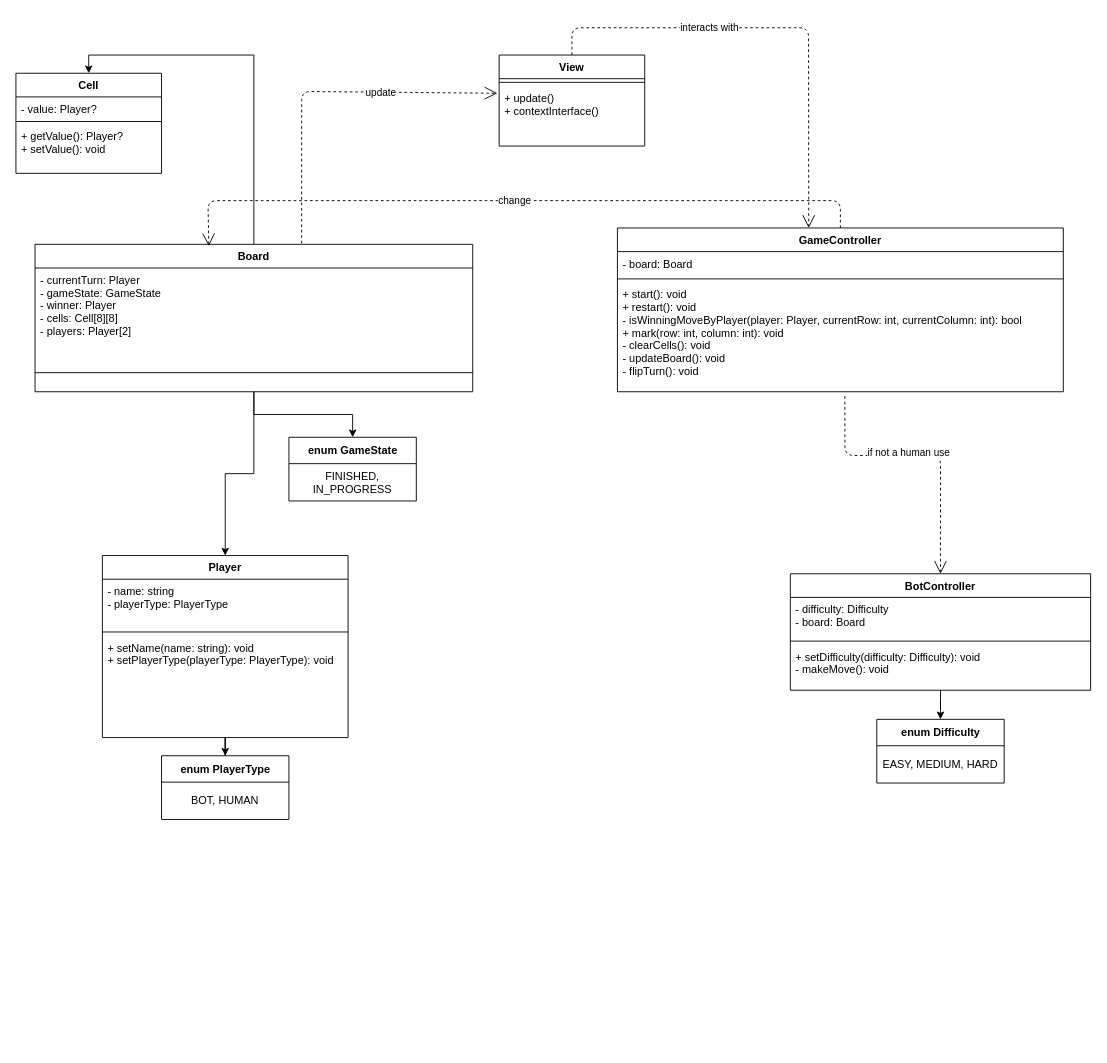
The draw.io diagram Untitled Diagram.drawio in skrinker/kotless, before the edit. Source tidied: cells renumbered, new cells numbered last; positions are measured from the earlier drawing's top-left corner, leaving out a move shared by most shapes. Both pictures are drawn from the tidied source at 91%, with x=0, y=0 at pixel (15, 27).
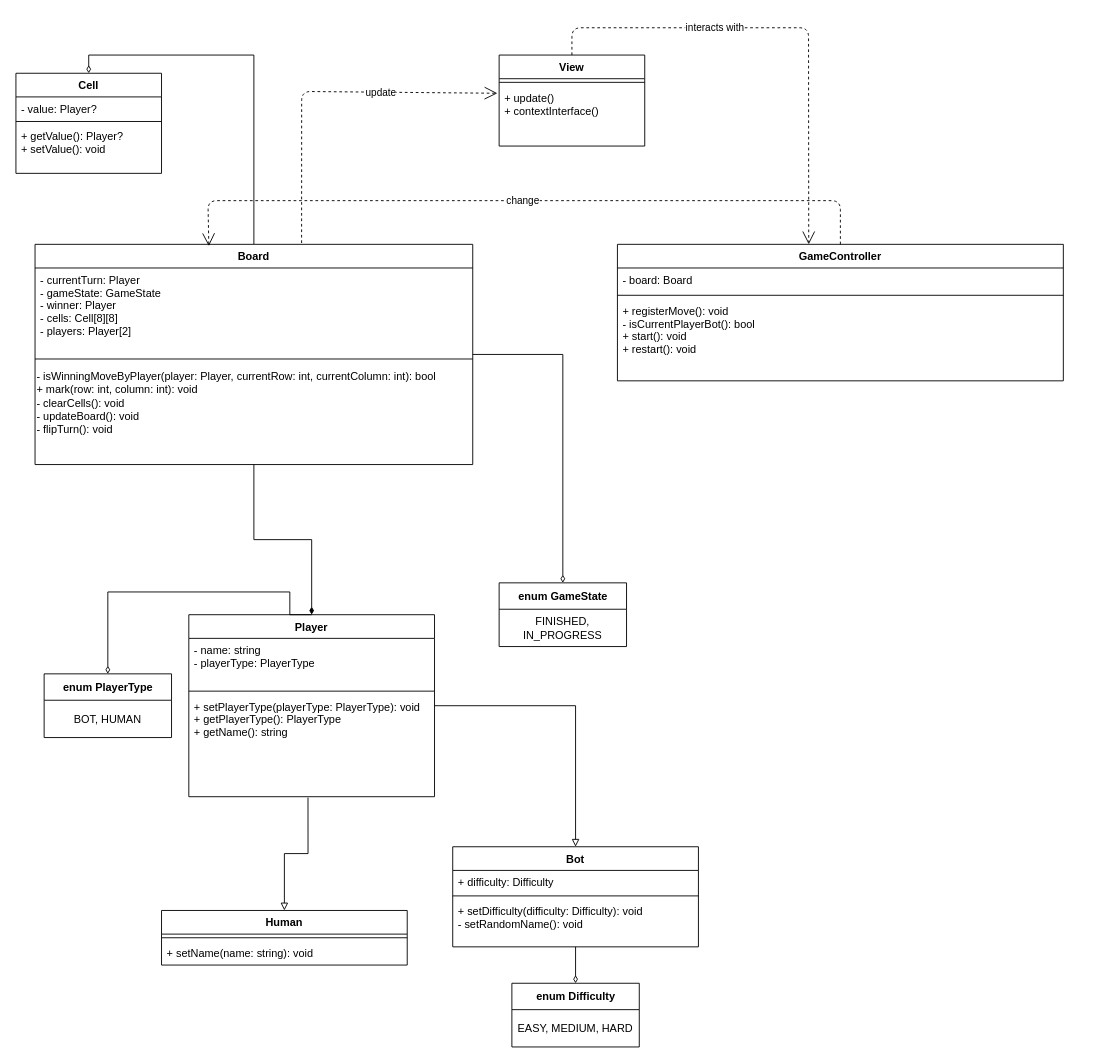
The same diagram, later.

Unchanged cells that the change refers to:
```xml
<mxCell id="16" value="Cell" style="swimlane;fontStyle=1;align=center;verticalAlign=top;horizontal=1;startSize=26;" parent="1" vertex="1">
  <mxGeometry y="50" width="160" height="110" as="geometry" />
</mxCell>
```

What changed in the source:
```diff
@@
-    <mxCell id="2" style="edgeStyle=orthogonalEdgeStyle;rounded=0;jettySize=auto;html=1;" parent="1" edge="1" source="3" target="28">
-      <mxGeometry relative="1" as="geometry" />
-    </mxCell>
+    <mxCell id="39" style="edgeStyle=orthogonalEdgeStyle;rounded=0;jettySize=auto;html=1;entryX=0.5;entryY=0;entryDx=0;entryDy=0;endArrow=block;endFill=0;" parent="1" edge="1" source="3" target="45">
+      <mxGeometry relative="1" as="geometry" />
+    </mxCell>
     <mxCell id="3" value="Player" style="swimlane;fontStyle=1;align=center;verticalAlign=top;horizontal=1;startSize=26;" parent="1" vertex="1">
-      <mxGeometry x="95" y="580" width="270" height="200" as="geometry" />
+      <mxGeometry x="190" y="645" width="270" height="200" as="geometry" />
     </mxCell>
@@
-    <mxCell id="6" value="+ setName(name: string): void&#10;+ setPlayerType(playerType: PlayerType): void" style="text;strokeColor=none;fillColor=none;align=left;verticalAlign=top;spacingLeft=4;spacingRight=4;overflow=hidden;points=[[0,0.5],[1,0.5]];portConstraint=eastwest;" parent="3" vertex="1">
+    <mxCell id="6" value="+ setPlayerType(playerType: PlayerType): void&#10;+ getPlayerType(): PlayerType&#10;+ getName(): string" style="text;strokeColor=none;fillColor=none;align=left;verticalAlign=top;spacingLeft=4;spacingRight=4;overflow=hidden;points=[[0,0.5],[1,0.5]];portConstraint=eastwest;" parent="3" vertex="1">
       <mxGeometry y="88" width="270" height="112" as="geometry" />
     </mxCell>
@@
-    <mxCell id="10" style="edgeStyle=orthogonalEdgeStyle;rounded=0;jettySize=auto;html=1;entryX=0.5;entryY=0;entryDx=0;entryDy=0;" parent="1" edge="1" source="13" target="16">
+    <mxCell id="10" style="edgeStyle=orthogonalEdgeStyle;rounded=0;jettySize=auto;html=1;entryX=0.5;entryY=0;entryDx=0;entryDy=0;endArrow=diamondThin;endFill=0;" parent="1" edge="1" source="13" target="16">
       <mxGeometry relative="1" as="geometry" />
     </mxCell>
-    <mxCell id="11" style="edgeStyle=orthogonalEdgeStyle;rounded=0;jettySize=auto;html=1;exitX=0.5;exitY=1;exitDx=0;exitDy=0;" parent="1" edge="1" source="13" target="3">
+    <mxCell id="11" style="edgeStyle=orthogonalEdgeStyle;rounded=0;jettySize=auto;html=1;entryX=0.5;entryY=0;entryDx=0;entryDy=0;endArrow=diamondThin;endFill=1;" parent="1" edge="1" source="13" target="3">
       <mxGeometry relative="1" as="geometry" />
     </mxCell>
-    <mxCell id="12" style="edgeStyle=orthogonalEdgeStyle;rounded=0;jettySize=auto;html=1;entryX=0.5;entryY=0;entryDx=0;entryDy=0;" parent="1" edge="1" source="13" target="20">
+    <mxCell id="12" style="edgeStyle=orthogonalEdgeStyle;rounded=0;jettySize=auto;html=1;entryX=0.5;entryY=0;entryDx=0;entryDy=0;endArrow=diamondThin;endFill=0;" parent="1" edge="1" source="13" target="20">
       <mxGeometry relative="1" as="geometry" />
     </mxCell>
+    <mxCell id="2" style="edgeStyle=orthogonalEdgeStyle;rounded=0;jettySize=auto;html=1;entryX=0.5;entryY=0;entryDx=0;entryDy=0;endArrow=diamondThin;endFill=0;exitX=0.5;exitY=0;exitDx=0;exitDy=0;" parent="1" edge="1" source="3" target="28">
+      <mxGeometry relative="1" as="geometry">
+        <Array as="points">
+          <mxPoint x="301" y="645" />
+          <mxPoint x="301" y="620" />
+          <mxPoint x="101" y="620" />
+        </Array>
+      </mxGeometry>
+    </mxCell>
     <mxCell id="13" value="Board" style="swimlane;fontStyle=1;align=center;verticalAlign=top;horizontal=1;startSize=26;" parent="1" vertex="1">
-      <mxGeometry x="21" y="238" width="481" height="162" as="geometry" />
+      <mxGeometry x="21" y="238" width="481" height="242" as="geometry" />
     </mxCell>
@@
     <mxCell id="15" style="line;strokeWidth=1;fillColor=none;align=left;verticalAlign=middle;spacingTop=-1;spacingLeft=3;spacingRight=3;labelPosition=right;" parent="13" vertex="1">
-      <mxGeometry y="120" width="481" height="42" as="geometry" />
+      <mxGeometry y="120" width="481" height="12" as="geometry" />
     </mxCell>
+    <mxCell id="40" value="- isWinningMoveByPlayer(player: Player, currentRow: int, currentColumn: int): bool&lt;br&gt;+ mark(row: int, column: int): void&lt;br&gt;- clearCells(): void&lt;br&gt;- updateBoard(): void&lt;br&gt;- flipTurn(): void" style="text;whiteSpace=wrap;html=1;" parent="13" vertex="1">
+      <mxGeometry y="132" width="481" height="110" as="geometry" />
+    </mxCell>
@@
     <mxCell id="20" value="enum GameState" style="swimlane;fontStyle=1;align=center;verticalAlign=middle;horizontal=1;startSize=29;html=1;" parent="1" vertex="1">
-      <mxGeometry x="300" y="450" width="140" height="70" as="geometry" />
+      <mxGeometry x="531" y="610" width="140" height="70" as="geometry" />
     </mxCell>
@@
     <mxCell id="22" value="GameController" style="swimlane;fontStyle=1;align=center;verticalAlign=top;horizontal=1;startSize=26;" parent="1" vertex="1">
-      <mxGeometry x="661" y="220" width="490" height="180" as="geometry" />
+      <mxGeometry x="661" y="238" width="490" height="150" as="geometry" />
     </mxCell>
@@
-    <mxCell id="25" value="+ start(): void&#10;+ restart(): void&#10;- isWinningMoveByPlayer(player: Player, currentRow: int, currentColumn: int): bool&#10;+ mark(row: int, column: int): void&#10;- clearCells(): void&#10;- updateBoard(): void&#10;- flipTurn(): void" style="text;strokeColor=none;fillColor=none;align=left;verticalAlign=top;spacingLeft=4;spacingRight=4;overflow=hidden;points=[[0,0.5],[1,0.5]];portConstraint=eastwest;" parent="22" vertex="1">
-      <mxGeometry y="60" width="490" height="120" as="geometry" />
+    <mxCell id="25" value="+ registerMove(): void&#10;- isCurrentPlayerBot(): bool&#10;+ start(): void&#10;+ restart(): void" style="text;strokeColor=none;fillColor=none;align=left;verticalAlign=top;spacingLeft=4;spacingRight=4;overflow=hidden;points=[[0,0.5],[1,0.5]];portConstraint=eastwest;" parent="22" vertex="1">
+      <mxGeometry y="60" width="490" height="90" as="geometry" />
     </mxCell>
     <mxCell id="26" value="enum Difficulty" style="swimlane;fontStyle=1;align=center;verticalAlign=middle;horizontal=1;startSize=29;html=1;" parent="1" vertex="1">
-      <mxGeometry x="946" y="760" width="140" height="70" as="geometry" />
+      <mxGeometry x="545" y="1050" width="140" height="70" as="geometry" />
     </mxCell>
@@
     <mxCell id="28" value="enum PlayerType" style="swimlane;fontStyle=1;align=center;verticalAlign=middle;horizontal=1;startSize=29;html=1;" parent="1" vertex="1">
-      <mxGeometry x="160" y="800" width="140" height="70" as="geometry" />
+      <mxGeometry x="31" y="710" width="140" height="70" as="geometry" />
     </mxCell>
@@
-    <mxCell id="30" style="edgeStyle=orthogonalEdgeStyle;rounded=0;jettySize=auto;html=1;" parent="1" edge="1" source="31" target="26">
+    <mxCell id="30" style="edgeStyle=orthogonalEdgeStyle;rounded=0;jettySize=auto;html=1;endArrow=block;endFill=0;exitX=0.485;exitY=1.009;exitDx=0;exitDy=0;exitPerimeter=0;entryX=0.5;entryY=0;entryDx=0;entryDy=0;" parent="1" edge="1" source="6" target="41">
       <mxGeometry relative="1" as="geometry" />
     </mxCell>
-    <mxCell id="31" value="BotController" style="swimlane;fontStyle=1;align=center;verticalAlign=top;horizontal=1;startSize=26;" parent="1" vertex="1">
-      <mxGeometry x="851" y="600" width="330" height="128" as="geometry" />
-    </mxCell>
-    <mxCell id="32" value="- difficulty: Difficulty&#10;- board: Board" style="text;strokeColor=none;fillColor=none;align=left;verticalAlign=top;spacingLeft=4;spacingRight=4;overflow=hidden;" parent="31" vertex="1">
-      <mxGeometry y="26" width="330" height="44" as="geometry" />
-    </mxCell>
-    <mxCell id="33" style="line;strokeWidth=1;fillColor=none;align=left;verticalAlign=middle;spacingTop=-1;spacingLeft=3;spacingRight=3;labelPosition=right;" parent="31" vertex="1">
-      <mxGeometry y="70" width="330" height="8" as="geometry" />
-    </mxCell>
-    <mxCell id="34" value="+ setDifficulty(difficulty: Difficulty): void&#10;- makeMove(): void" style="text;strokeColor=none;fillColor=none;align=left;verticalAlign=top;spacingLeft=4;spacingRight=4;overflow=hidden;" parent="31" vertex="1">
-      <mxGeometry y="78" width="330" height="50" as="geometry" />
-    </mxCell>
-    <mxCell id="35" value="if not a human use" style="endArrow=open;endSize=12;dashed=1;html=1;exitX=0.51;exitY=1.04;exitDx=0;exitDy=0;exitPerimeter=0;entryX=0.5;entryY=0;entryDx=0;entryDy=0;" parent="1" edge="1" source="25" target="31">
-      <mxGeometry x="-0.1" y="3" relative="1" as="geometry">
-        <Array as="points">
-          <mxPoint x="911" y="470" />
-          <mxPoint x="1016" y="470" />
-        </Array>
-      </mxGeometry>
-    </mxCell>
@@
+    <mxCell id="41" value="Human" style="swimlane;fontStyle=1;align=center;verticalAlign=top;horizontal=1;startSize=26;" parent="1" vertex="1">
+      <mxGeometry x="160" y="970" width="270" height="60" as="geometry" />
+    </mxCell>
+    <mxCell id="42" style="line;strokeWidth=1;fillColor=none;align=left;verticalAlign=middle;spacingTop=-1;spacingLeft=3;spacingRight=3;labelPosition=right;" parent="41" vertex="1">
+      <mxGeometry y="26" width="270" height="8" as="geometry" />
+    </mxCell>
+    <mxCell id="43" value="+ setName(name: string): void" style="text;strokeColor=none;fillColor=none;align=left;verticalAlign=top;spacingLeft=4;spacingRight=4;overflow=hidden;" parent="41" vertex="1">
+      <mxGeometry y="34" width="270" height="26" as="geometry" />
+    </mxCell>
+    <mxCell id="44" style="edgeStyle=orthogonalEdgeStyle;rounded=0;jettySize=auto;html=1;entryX=0.5;entryY=0;entryDx=0;entryDy=0;endArrow=diamondThin;endFill=0;" parent="1" edge="1" source="45" target="26">
+      <mxGeometry relative="1" as="geometry" />
+    </mxCell>
+    <mxCell id="45" value="Bot" style="swimlane;fontStyle=1;align=center;verticalAlign=top;horizontal=1;startSize=26;" parent="1" vertex="1">
+      <mxGeometry x="480" y="900" width="270" height="110" as="geometry" />
+    </mxCell>
+    <mxCell id="46" value="+ difficulty: Difficulty" style="text;strokeColor=none;fillColor=none;align=left;verticalAlign=top;spacingLeft=4;spacingRight=4;overflow=hidden;" parent="45" vertex="1">
+      <mxGeometry y="26" width="270" height="24" as="geometry" />
+    </mxCell>
+    <mxCell id="47" style="line;strokeWidth=1;fillColor=none;align=left;verticalAlign=middle;spacingTop=-1;spacingLeft=3;spacingRight=3;labelPosition=right;" parent="45" vertex="1">
+      <mxGeometry y="50" width="270" height="8" as="geometry" />
+    </mxCell>
+    <mxCell id="48" value="+ setDifficulty(difficulty: Difficulty): void&#10;- setRandomName(): void" style="text;strokeColor=none;fillColor=none;align=left;verticalAlign=top;spacingLeft=4;spacingRight=4;overflow=hidden;" parent="45" vertex="1">
+      <mxGeometry y="58" width="270" height="52" as="geometry" />
+    </mxCell>
```
